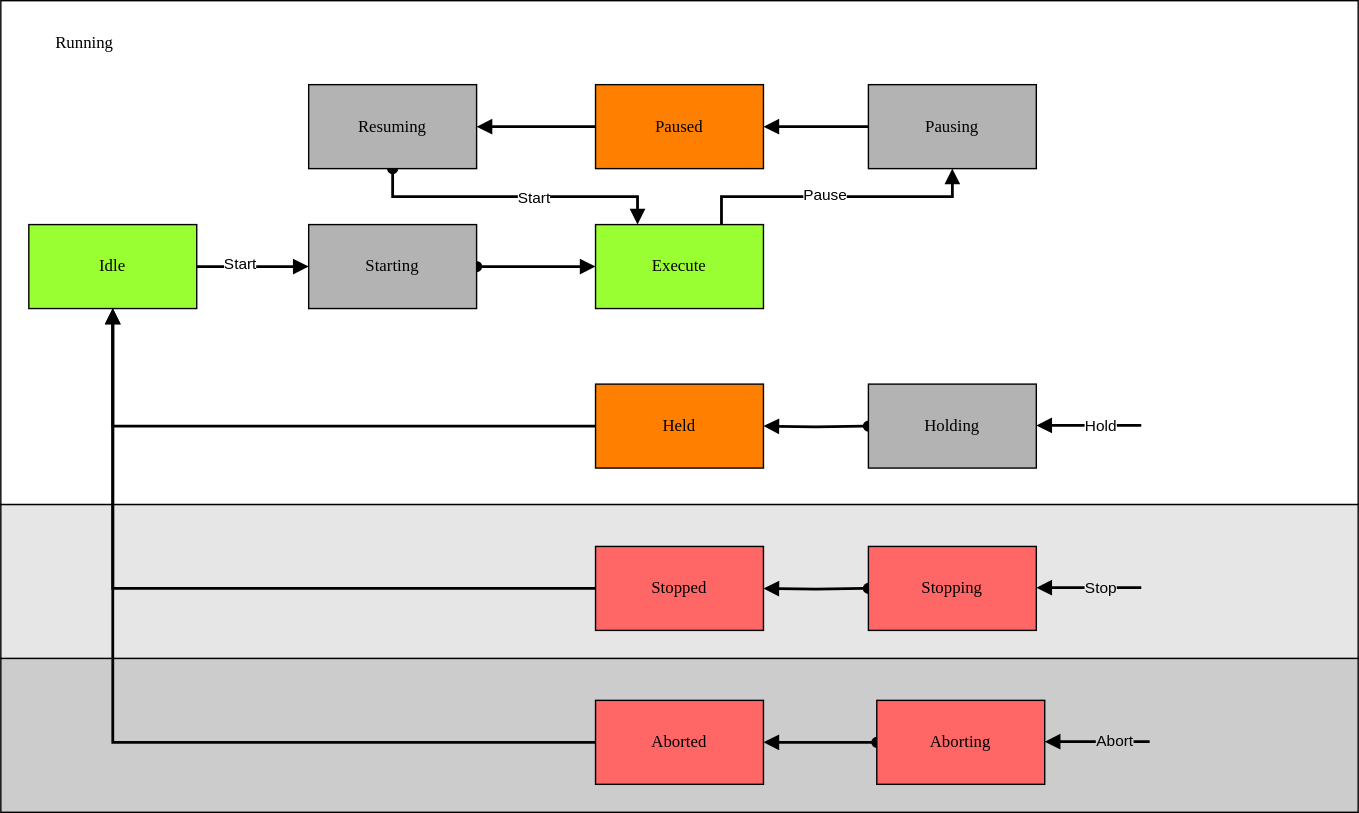
This is docs/StateMachine.drawio.svg from PeterZerlauth/Tc3_Component, a draw.io export, as it was before one commit. Source tidied: cells renumbered, new cells last; positions are measured from the earlier drawing's top-left corner, leaving out a move shared by most shapes.
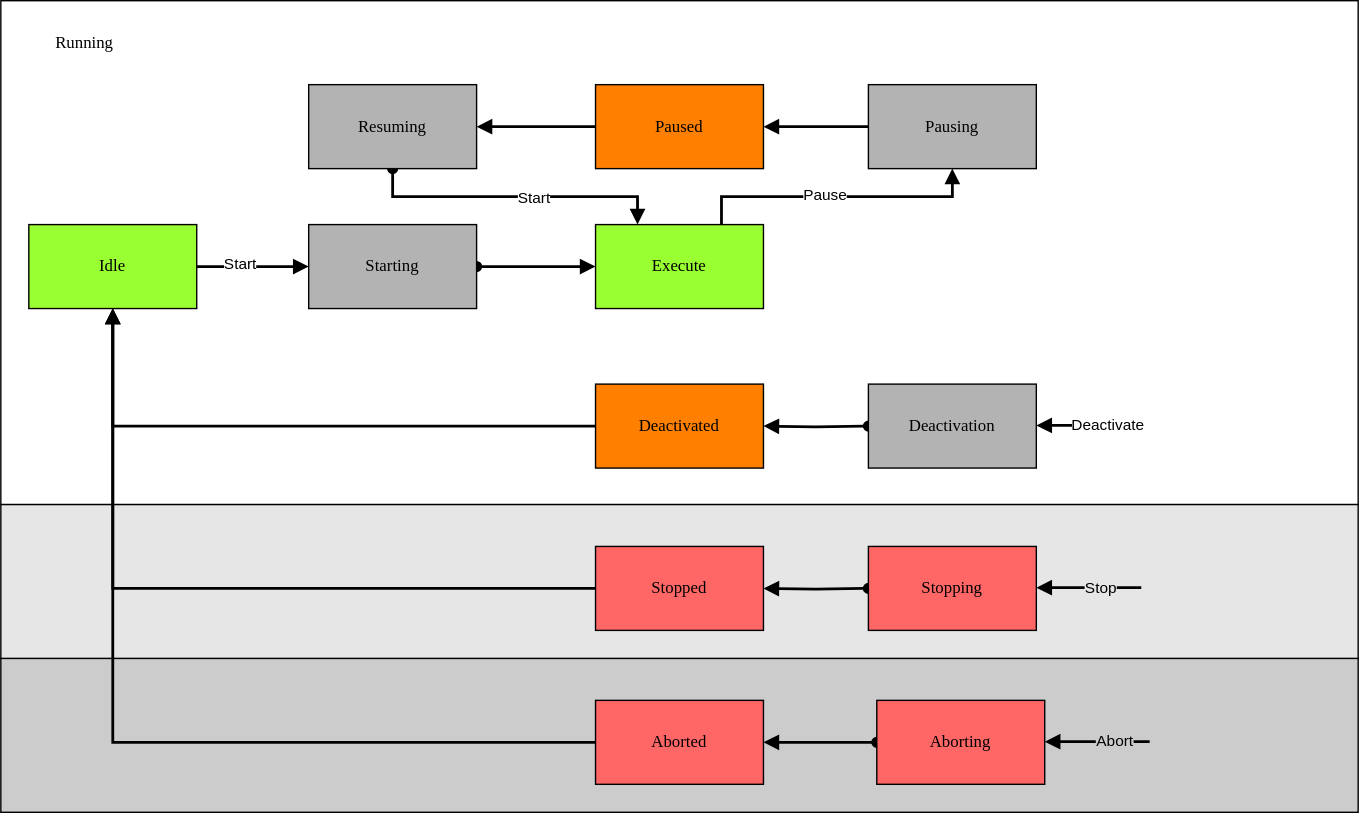
Above is the later version.

Diff of the diagram source:
```diff
@@ -114,7 +114,7 @@
     <mxCell id="32" value="Running" style="rounded=0;whiteSpace=wrap;html=1;arcSize=24;fillColor=none;strokeColor=none;shadow=0;comic=0;labelBackgroundColor=none;fontFamily=Verdana;fontSize=12;fontColor=#000000;align=center;" parent="1" vertex="1">
       <mxGeometry width="120" height="60" as="geometry" />
     </mxCell>
-    <mxCell id="33" value="Held" style="rounded=0;whiteSpace=wrap;html=1;arcSize=24;fillColor=#FF8000;strokeColor=#000000;shadow=0;comic=0;labelBackgroundColor=none;fontFamily=Verdana;fontSize=12;fontColor=#000000;align=center;" parent="1" vertex="1">
+    <mxCell id="33" value="Deactivated" style="rounded=0;whiteSpace=wrap;html=1;arcSize=24;fillColor=#FF8000;strokeColor=#000000;shadow=0;comic=0;labelBackgroundColor=none;fontFamily=Verdana;fontSize=12;fontColor=#000000;align=center;" parent="1" vertex="1">
       <mxGeometry x="425" y="274" width="120" height="60" as="geometry" />
     </mxCell>
     <mxCell id="34" style="edgeStyle=orthogonalEdgeStyle;rounded=0;jettySize=auto;html=1;strokeColor=default;align=center;verticalAlign=middle;fontFamily=Helvetica;fontSize=11;fontColor=default;labelBackgroundColor=default;endArrow=block;endFill=1;strokeWidth=2;startArrow=oval;startFill=1;" parent="1" edge="1" target="33">
@@ -122,7 +122,7 @@
         <mxPoint x="620" y="304" as="sourcePoint" />
       </mxGeometry>
     </mxCell>
-    <mxCell id="35" value="Holding" style="rounded=0;whiteSpace=wrap;html=1;arcSize=24;fillColor=#B3B3B3;strokeColor=#000000;shadow=0;comic=0;labelBackgroundColor=none;fontFamily=Verdana;fontSize=12;fontColor=#000000;align=center;" parent="1" vertex="1">
+    <mxCell id="35" value="Deactivation" style="rounded=0;whiteSpace=wrap;html=1;arcSize=24;fillColor=#B3B3B3;strokeColor=#000000;shadow=0;comic=0;labelBackgroundColor=none;fontFamily=Verdana;fontSize=12;fontColor=#000000;align=center;" parent="1" vertex="1">
       <mxGeometry x="620" y="274" width="120" height="60" as="geometry" />
     </mxCell>
     <mxCell id="36" style="edgeStyle=orthogonalEdgeStyle;rounded=0;orthogonalLoop=1;jettySize=auto;html=1;strokeColor=default;align=center;verticalAlign=middle;fontFamily=Helvetica;fontSize=11;fontColor=default;labelBackgroundColor=default;endArrow=block;endFill=1;strokeWidth=2;" parent="1" edge="1">
@@ -136,6 +136,11 @@
         <mxPoint y="-3" as="offset" />
       </mxGeometry>
     </mxCell>
+    <mxCell id="39" value="Deactivate" style="edgeLabel;html=1;align=center;verticalAlign=middle;" parent="36" vertex="1">
+      <mxGeometry x="-0.33" y="3" relative="1" as="geometry">
+        <mxPoint y="-4" as="offset" />
+      </mxGeometry>
+    </mxCell>
     <mxCell id="38" style="edgeStyle=orthogonalEdgeStyle;rounded=0;jettySize=auto;html=1;strokeColor=default;align=center;verticalAlign=middle;fontFamily=Helvetica;fontSize=11;fontColor=default;labelBackgroundColor=default;endArrow=block;endFill=1;strokeWidth=2;entryX=0.5;entryY=1;entryDx=0;entryDy=0;exitX=0;exitY=0.5;exitDx=0;exitDy=0;" parent="1" edge="1" source="33" target="12">
       <mxGeometry relative="1" as="geometry">
         <Array as="points">
```
